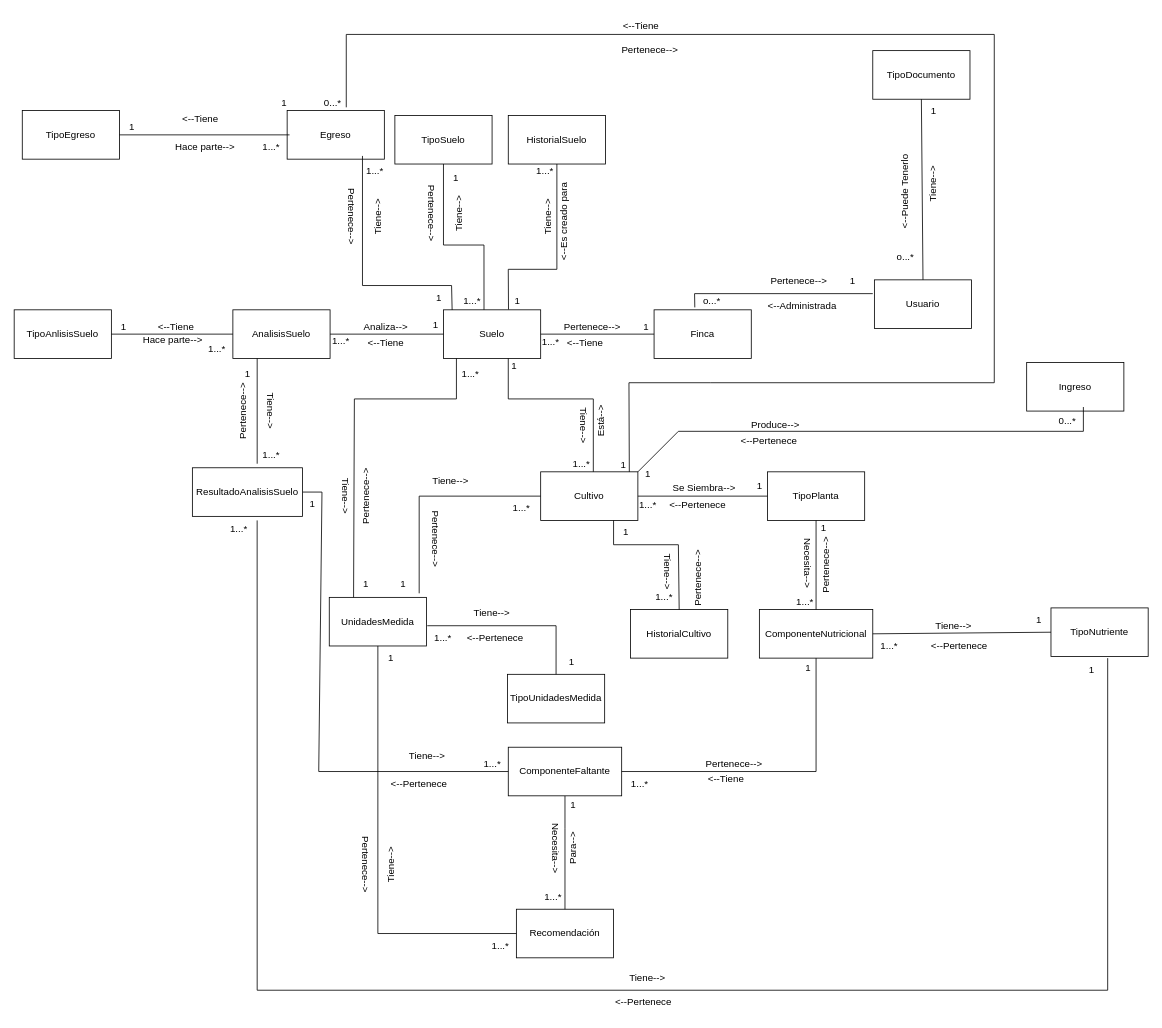
Before: proyecto de clase cropscan/CropScan.drawio in 1193090526alexander/IngenieriaDeSotwareII, a draw.io diagram. Source tidied: cells renumbered, new cells numbered last; positions are measured from the earlier drawing's top-left corner, leaving out a move shared by most shapes. Both pictures are drawn from the tidied source at 81%, with x=0, y=0 at pixel (14, 14).
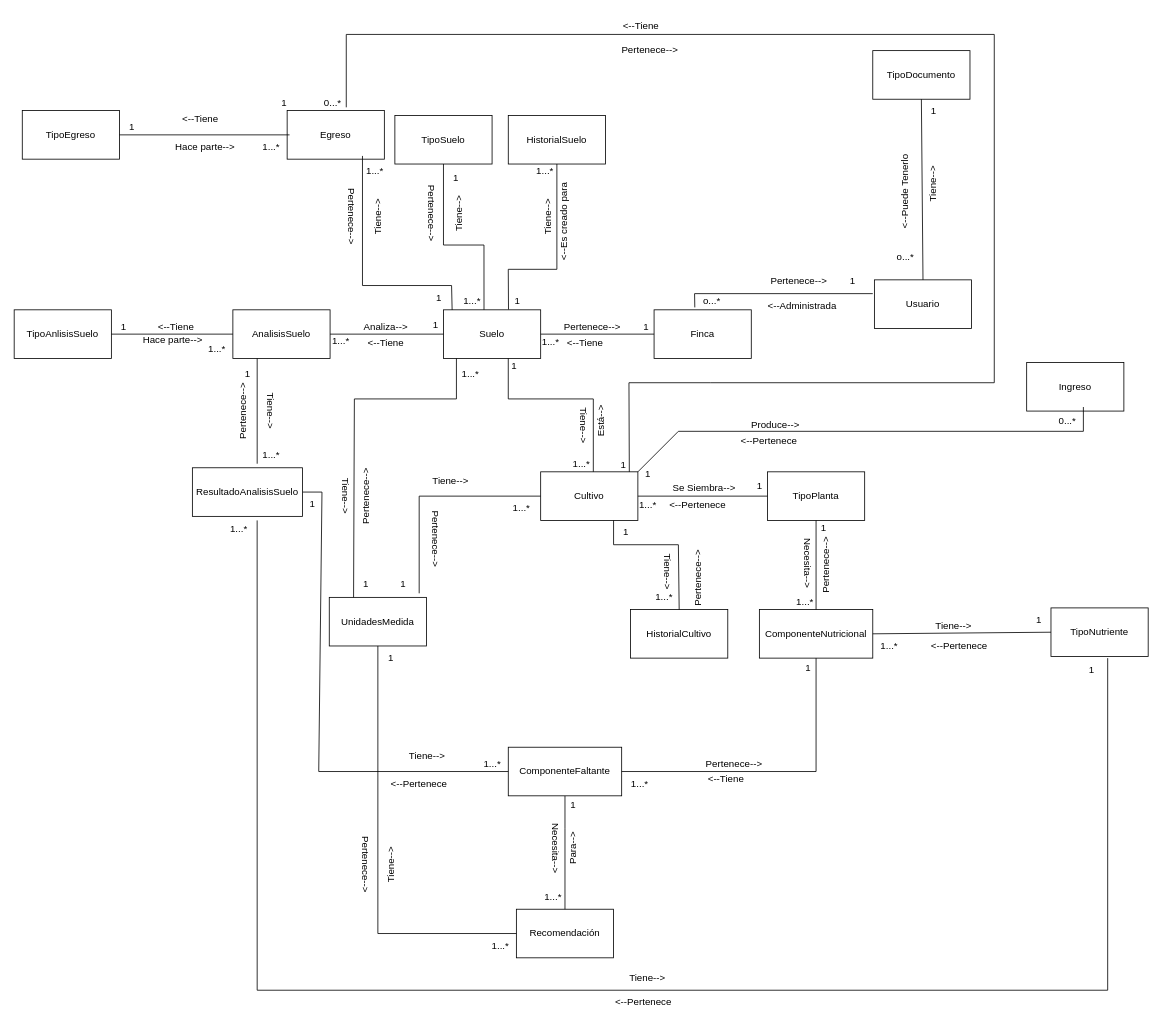
The same page after the edit.

Change to the diagram source:
```diff
@@
-    <mxCell id="143" value="TipoUnidadesMedida" style="rounded=0;whiteSpace=wrap;html=1;" parent="1" vertex="1">
-      <mxGeometry x="609" y="815" width="120" height="60" as="geometry" />
-    </mxCell>
-    <mxCell id="144" style="endArrow=none;html=1;rounded=0;entryX=0.5;entryY=0;entryDx=0;entryDy=0;" parent="1" edge="1" target="143">
-      <mxGeometry relative="1" as="geometry">
-        <mxPoint x="510" y="755" as="sourcePoint" />
-        <Array as="points">
-          <mxPoint x="669" y="755" />
-        </Array>
-      </mxGeometry>
-    </mxCell>
-    <mxCell id="145" value="Tiene--&amp;gt;" style="text;html=1;strokeColor=none;fillColor=none;align=center;verticalAlign=middle;whiteSpace=wrap;rounded=0;" parent="1" vertex="1">
-      <mxGeometry x="560" y="725" width="60" height="30" as="geometry" />
-    </mxCell>
-    <mxCell id="146" value="&amp;lt;--Pertenece" style="text;html=1;strokeColor=none;fillColor=none;align=center;verticalAlign=middle;whiteSpace=wrap;rounded=0;" parent="1" vertex="1">
-      <mxGeometry x="553.5" y="755" width="80" height="30" as="geometry" />
-    </mxCell>
-    <mxCell id="147" value="1" style="text;html=1;align=center;verticalAlign=middle;strokeColor=none;fillColor=none;" parent="1" vertex="1">
-      <mxGeometry x="673" y="785" width="30" height="30" as="geometry" />
-    </mxCell>
-    <mxCell id="148" value="1...*" style="text;html=1;align=center;verticalAlign=middle;strokeColor=none;fillColor=none;" parent="1" vertex="1">
-      <mxGeometry x="509" y="755" width="40" height="30" as="geometry" />
-    </mxCell>
```
